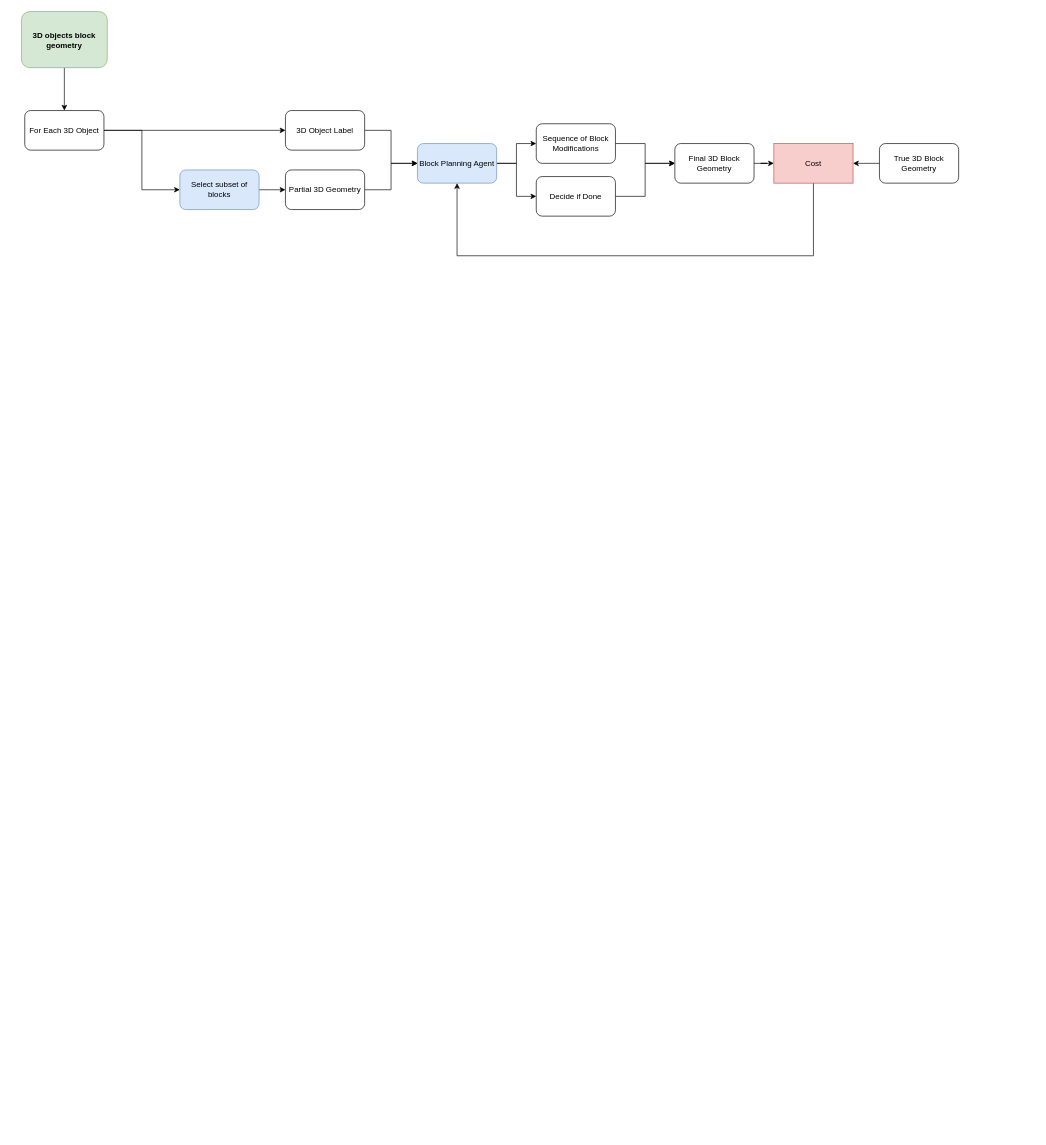
Above: block-laying-agent/block_laying_agent.drawio in holistudio/project-spaceship (draw.io), before the change. Source tidied: cells renumbered, new cells numbered last; positions are measured from the earlier drawing's top-left corner, leaving out a move shared by most shapes. Both pictures are drawn from the tidied source at 66%, with x=0, y=0 at pixel (21, 11).
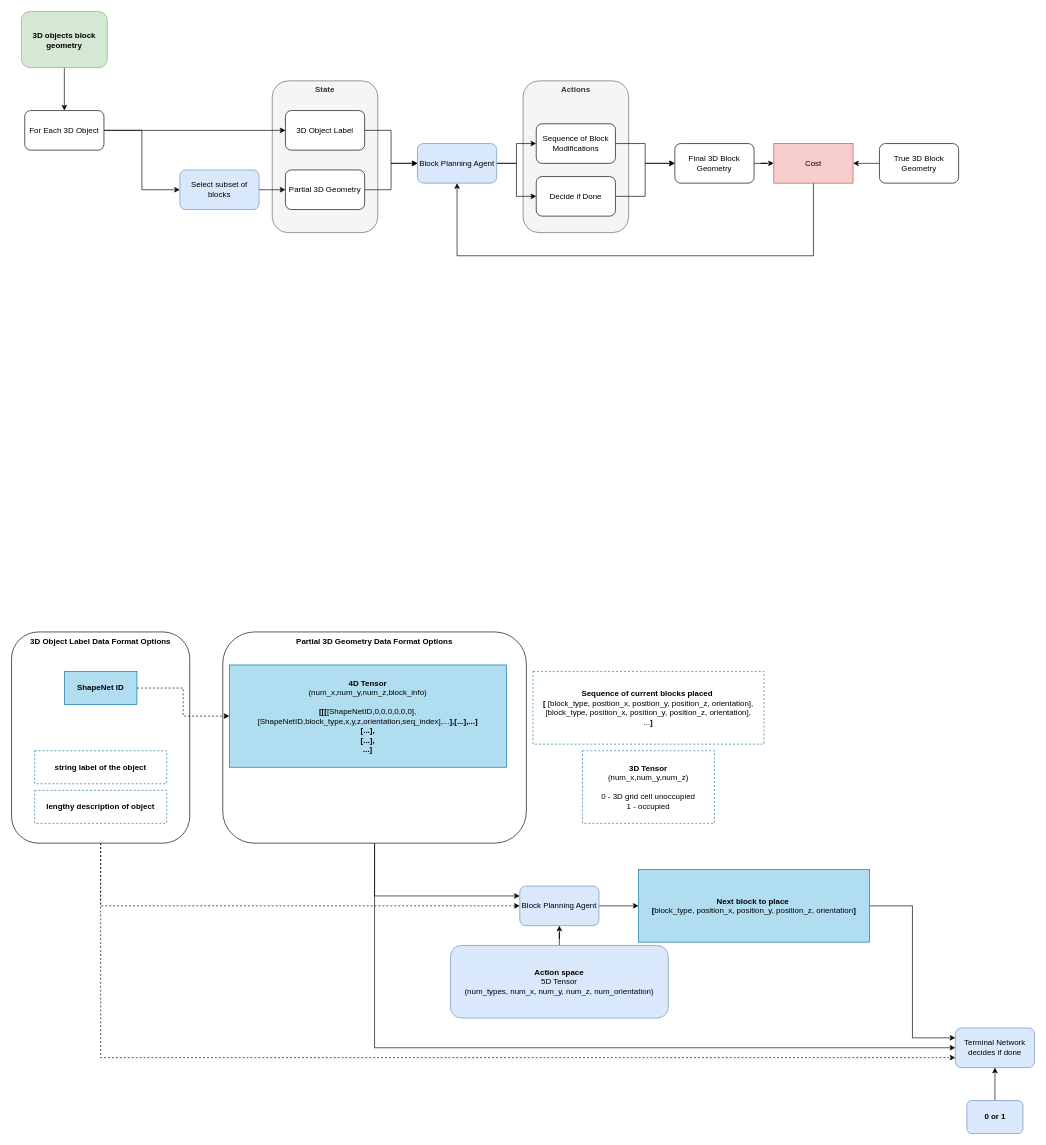
The same page after the edit.

Commit message (it also covers changes not shown here):
Diagramming state and action space of Block Laying Agent

Diff of the diagram source:
```diff
@@
+    <mxCell id="26" value="&lt;b&gt;Actions&lt;/b&gt;" style="rounded=1;whiteSpace=wrap;html=1;strokeColor=#666666;strokeWidth=1;fontFamily=Helvetica;fontSize=12;fontColor=#333333;fillColor=#f5f5f5;verticalAlign=top;" parent="1" vertex="1">
+      <mxGeometry x="760" y="105" width="160" height="230" as="geometry" />
+    </mxCell>
+    <mxCell id="27" value="&lt;b&gt;State&lt;/b&gt;" style="rounded=1;whiteSpace=wrap;html=1;strokeColor=#666666;strokeWidth=1;fontFamily=Helvetica;fontSize=12;fontColor=#333333;fillColor=#f5f5f5;verticalAlign=top;" parent="1" vertex="1">
+      <mxGeometry x="380" y="105" width="160" height="230" as="geometry" />
+    </mxCell>
+    <mxCell id="28" style="edgeStyle=orthogonalEdgeStyle;rounded=0;jettySize=auto;html=1;entryX=0;entryY=0.25;entryDx=0;entryDy=0;exitX=0.5;exitY=1;exitDx=0;exitDy=0;" parent="1" edge="1" source="30" target="41">
+      <mxGeometry relative="1" as="geometry" />
+    </mxCell>
+    <mxCell id="29" style="edgeStyle=orthogonalEdgeStyle;rounded=0;jettySize=auto;html=1;entryX=0;entryY=0.5;entryDx=0;entryDy=0;exitX=0.5;exitY=1;exitDx=0;exitDy=0;" parent="1" edge="1" source="30" target="44">
+      <mxGeometry relative="1" as="geometry" />
+    </mxCell>
+    <mxCell id="30" value="Partial 3D Geometry Data Format Options" style="rounded=1;whiteSpace=wrap;html=1;strokeColor=default;strokeWidth=1;fontFamily=Helvetica;fontSize=12;fontColor=default;fillColor=default;verticalAlign=top;fontStyle=1;" parent="1" vertex="1">
+      <mxGeometry x="305" y="940" width="460" height="320" as="geometry" />
+    </mxCell>
@@
+    <mxCell id="31" value="&lt;b&gt;3D Tensor&lt;br&gt;&lt;/b&gt;(num_x,num_y,num_z)&lt;br&gt;&lt;br&gt;0 - 3D grid cell unoccupied&lt;br&gt;1 - occupied" style="whiteSpace=wrap;html=1;fillColor=none;strokeColor=#10739e;fontStyle=0;dashed=1;" parent="1" vertex="1">
+      <mxGeometry x="850" y="1120" width="200" height="110" as="geometry" />
+    </mxCell>
+    <mxCell id="32" value="&lt;b&gt;Sequence of current blocks placed&lt;/b&gt;&amp;nbsp;&lt;br&gt;&lt;b&gt;[&lt;/b&gt; [block_type, position_x, position_y, position_z, orientation],&lt;br&gt;[block_type, position_x, position_y, position_z, orientation],&lt;br&gt;...&lt;b&gt;]&lt;/b&gt;" style="whiteSpace=wrap;html=1;fillColor=none;strokeColor=#10739e;fontStyle=0;dashed=1;" parent="1" vertex="1">
+      <mxGeometry x="775" y="1000" width="350" height="110" as="geometry" />
+    </mxCell>
+    <mxCell id="33" style="edgeStyle=orthogonalEdgeStyle;rounded=0;jettySize=auto;html=1;entryX=0;entryY=0.5;entryDx=0;entryDy=0;exitX=0.5;exitY=1;exitDx=0;exitDy=0;dashed=1;" parent="1" edge="1" source="35" target="41">
+      <mxGeometry relative="1" as="geometry" />
+    </mxCell>
+    <mxCell id="34" style="edgeStyle=orthogonalEdgeStyle;rounded=0;jettySize=auto;html=1;entryX=0;entryY=0.75;entryDx=0;entryDy=0;exitX=0.5;exitY=1;exitDx=0;exitDy=0;dashed=1;" parent="1" edge="1" source="35" target="44">
+      <mxGeometry relative="1" as="geometry" />
+    </mxCell>
+    <mxCell id="35" value="3D Object Label Data Format Options" style="rounded=1;whiteSpace=wrap;html=1;strokeColor=default;strokeWidth=1;fontFamily=Helvetica;fontSize=12;fontColor=default;fillColor=default;verticalAlign=top;fontStyle=1;" parent="1" vertex="1">
+      <mxGeometry x="-15" y="940" width="270" height="320" as="geometry" />
+    </mxCell>
+    <mxCell id="36" style="edgeStyle=orthogonalEdgeStyle;rounded=0;jettySize=auto;html=1;dashed=1;" parent="1" edge="1" source="37" target="49">
+      <mxGeometry relative="1" as="geometry" />
+    </mxCell>
+    <mxCell id="37" value="&lt;b&gt;ShapeNet ID&lt;/b&gt;" style="whiteSpace=wrap;html=1;fillColor=#b1ddf0;strokeColor=#10739e;fontStyle=0;" parent="1" vertex="1">
+      <mxGeometry x="65" y="1000" width="110" height="50" as="geometry" />
+    </mxCell>
+    <mxCell id="38" value="&lt;b&gt;string label of the object&lt;/b&gt;" style="whiteSpace=wrap;html=1;fillColor=none;strokeColor=#10739e;fontStyle=0;dashed=1;" parent="1" vertex="1">
+      <mxGeometry x="20" y="1120" width="200" height="50" as="geometry" />
+    </mxCell>
+    <mxCell id="39" value="&lt;b&gt;lengthy description of object&lt;/b&gt;" style="whiteSpace=wrap;html=1;fillColor=none;strokeColor=#10739e;fontStyle=0;dashed=1;" parent="1" vertex="1">
+      <mxGeometry x="20" y="1180" width="200" height="50" as="geometry" />
+    </mxCell>
+    <mxCell id="40" style="edgeStyle=orthogonalEdgeStyle;rounded=0;jettySize=auto;html=1;entryX=0;entryY=0.5;entryDx=0;entryDy=0;" parent="1" edge="1" source="41" target="43">
+      <mxGeometry relative="1" as="geometry" />
+    </mxCell>
+    <mxCell id="41" value="Block Planning Agent" style="rounded=1;whiteSpace=wrap;html=1;strokeColor=#6c8ebf;strokeWidth=1;fontFamily=Helvetica;fontSize=12;fillColor=#dae8fc;" parent="1" vertex="1">
+      <mxGeometry x="755" y="1325" width="120" height="60" as="geometry" />
+    </mxCell>
+    <mxCell id="42" style="edgeStyle=orthogonalEdgeStyle;rounded=0;jettySize=auto;html=1;entryX=0;entryY=0.25;entryDx=0;entryDy=0;" parent="1" edge="1" source="43" target="44">
+      <mxGeometry relative="1" as="geometry" />
+    </mxCell>
+    <mxCell id="43" value="&lt;b&gt;Next block to place&lt;/b&gt;&amp;nbsp;&lt;br&gt;&lt;b&gt;[&lt;/b&gt;block_type, position_x, position_y, position_z, orientation&lt;b&gt;]&lt;/b&gt;" style="whiteSpace=wrap;html=1;fillColor=#b1ddf0;strokeColor=#10739e;fontStyle=0;" parent="1" vertex="1">
+      <mxGeometry x="935" y="1300" width="350" height="110" as="geometry" />
+    </mxCell>
+    <mxCell id="44" value="Terminal Network&lt;br&gt;decides if done" style="rounded=1;whiteSpace=wrap;html=1;strokeColor=#6c8ebf;strokeWidth=1;fontFamily=Helvetica;fontSize=12;fillColor=#dae8fc;" parent="1" vertex="1">
+      <mxGeometry x="1415" y="1540" width="120" height="60" as="geometry" />
+    </mxCell>
+    <mxCell id="45" style="edgeStyle=orthogonalEdgeStyle;rounded=0;jettySize=auto;html=1;entryX=0.5;entryY=1;entryDx=0;entryDy=0;" parent="1" edge="1" source="46" target="41">
+      <mxGeometry relative="1" as="geometry" />
+    </mxCell>
+    <mxCell id="46" value="Action space&lt;br&gt;&lt;span style=&quot;font-weight: normal;&quot;&gt;5D Tensor&lt;br&gt;(num_types, num_x, num_y, num_z, num_orientation)&lt;/span&gt;" style="rounded=1;whiteSpace=wrap;html=1;fillColor=#dae8fc;strokeColor=#6c8ebf;fontStyle=1;" parent="1" vertex="1">
+      <mxGeometry x="650" y="1415" width="330" height="110" as="geometry" />
+    </mxCell>
+    <mxCell id="47" style="edgeStyle=orthogonalEdgeStyle;rounded=0;jettySize=auto;html=1;entryX=0.5;entryY=1;entryDx=0;entryDy=0;" parent="1" edge="1" source="48" target="44">
+      <mxGeometry relative="1" as="geometry" />
+    </mxCell>
+    <mxCell id="48" value="0 or 1" style="rounded=1;whiteSpace=wrap;html=1;fillColor=#dae8fc;strokeColor=#6c8ebf;fontStyle=1;" parent="1" vertex="1">
+      <mxGeometry x="1432.5" y="1650" width="85" height="50" as="geometry" />
+    </mxCell>
+    <mxCell id="49" value="&lt;b style=&quot;border-color: var(--border-color);&quot;&gt;4D Tensor&lt;br style=&quot;border-color: var(--border-color);&quot;&gt;&lt;/b&gt;(num_x,num_y,num_z,block_info)&lt;br&gt;&lt;b&gt;&lt;br&gt;[[[&lt;/b&gt;[ShapeNetID,0,0,0,0,0,0],[ShapeNetID,block_type,x,y,z,orientation,seq_index],...&lt;b&gt;],[...],...]&lt;br&gt;[...],&lt;br&gt;[...],&lt;br&gt;...]&lt;/b&gt;" style="whiteSpace=wrap;html=1;fillColor=#b1ddf0;strokeColor=#10739e;fontStyle=0;" parent="1" vertex="1">
+      <mxGeometry x="315" y="990" width="420" height="155" as="geometry" />
+    </mxCell>
```
